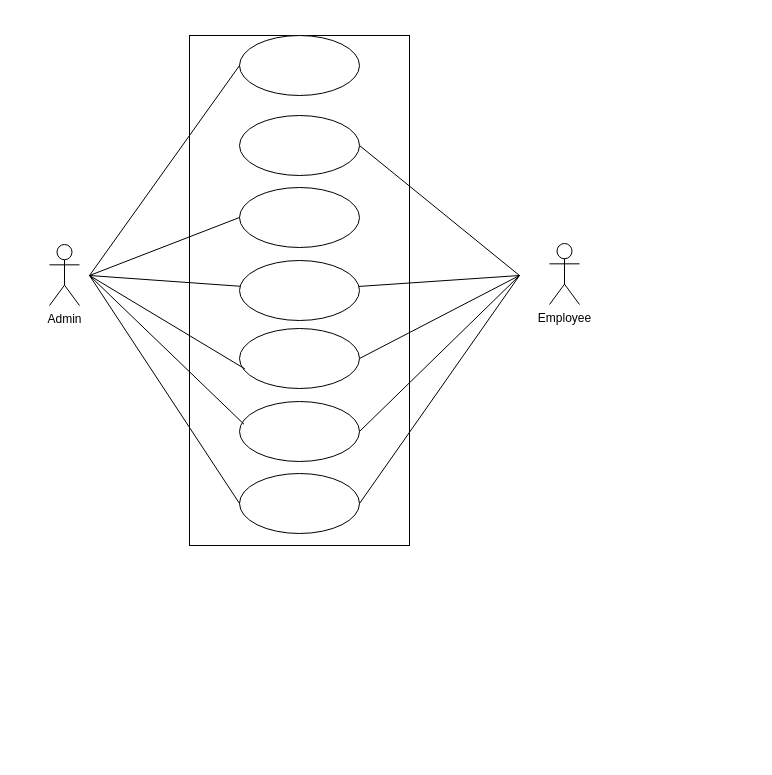
Before: Untitled Diagram.drawio in R0shina/ems, a draw.io diagram. Source tidied: cells renumbered, new cells numbered last; positions are measured from the earlier drawing's top-left corner, leaving out a move shared by most shapes. Both pictures are drawn from the tidied source at 100%, with x=0, y=0 at pixel (49, 35).
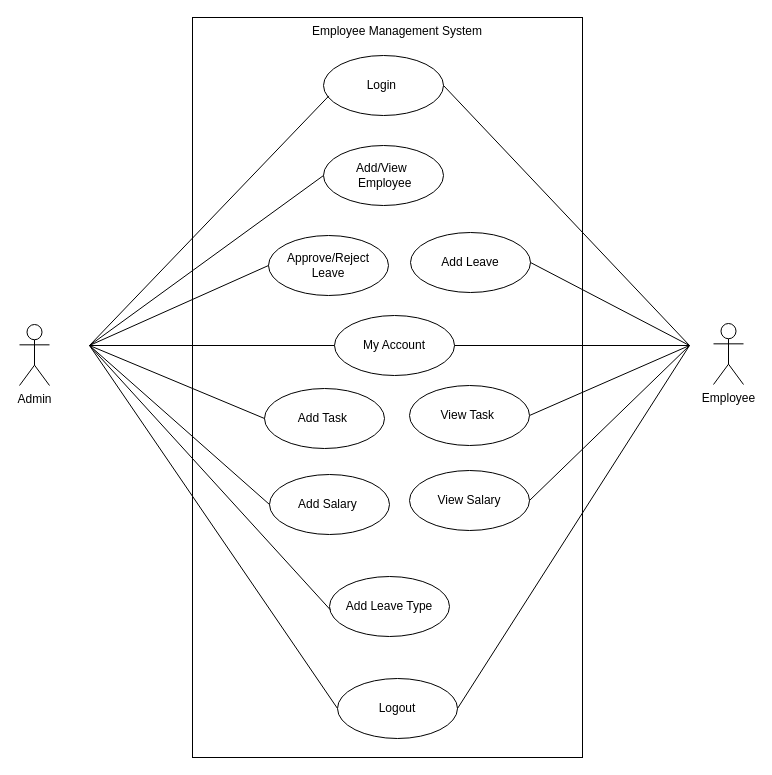
The same diagram, later.

Diff of the diagram source:
```diff
@@
     <mxCell id="2" style="rounded=0;whiteSpace=wrap;html=1;" parent="1" vertex="1">
-      <mxGeometry x="140" width="220" height="510" as="geometry" />
+      <mxGeometry x="143" y="-18" width="390" height="740" as="geometry" />
     </mxCell>
-    <mxCell id="3" style="ellipse;whiteSpace=wrap;html=1;" parent="1" vertex="1">
-      <mxGeometry x="190" width="120" height="60" as="geometry" />
+    <mxCell id="3" value="Add/View&amp;nbsp;&lt;br&gt;&amp;nbsp;Employee" style="ellipse;whiteSpace=wrap;html=1;" parent="1" vertex="1">
+      <mxGeometry x="274" y="110" width="120" height="60" as="geometry" />
     </mxCell>
-    <mxCell id="4" style="ellipse;whiteSpace=wrap;html=1;" parent="1" vertex="1">
-      <mxGeometry x="190" y="80" width="120" height="60" as="geometry" />
+    <mxCell id="4" value="Add Leave" style="ellipse;whiteSpace=wrap;html=1;" parent="1" vertex="1">
+      <mxGeometry x="361" y="197" width="120" height="60" as="geometry" />
     </mxCell>
-    <mxCell id="5" style="ellipse;whiteSpace=wrap;html=1;" parent="1" vertex="1">
-      <mxGeometry x="190" y="152" width="120" height="60" as="geometry" />
+    <mxCell id="5" value="Approve/Reject Leave" style="ellipse;whiteSpace=wrap;html=1;" parent="1" vertex="1">
+      <mxGeometry x="219" y="200" width="120" height="60" as="geometry" />
     </mxCell>
-    <mxCell id="6" style="ellipse;whiteSpace=wrap;html=1;" parent="1" vertex="1">
-      <mxGeometry x="190" y="225" width="120" height="60" as="geometry" />
+    <mxCell id="6" value="My Account" style="ellipse;whiteSpace=wrap;html=1;" parent="1" vertex="1">
+      <mxGeometry x="285" y="280" width="120" height="60" as="geometry" />
     </mxCell>
-    <mxCell id="7" style="ellipse;whiteSpace=wrap;html=1;" parent="1" vertex="1">
-      <mxGeometry x="190" y="293" width="120" height="60" as="geometry" />
+    <mxCell id="7" value="Login&amp;nbsp;" style="ellipse;whiteSpace=wrap;html=1;" parent="1" vertex="1">
+      <mxGeometry x="274" y="20" width="120" height="60" as="geometry" />
     </mxCell>
-    <mxCell id="8" style="ellipse;whiteSpace=wrap;html=1;" parent="1" vertex="1">
-      <mxGeometry x="190" y="366" width="120" height="60" as="geometry" />
+    <mxCell id="8" value="Add Task&amp;nbsp;" style="ellipse;whiteSpace=wrap;html=1;" parent="1" vertex="1">
+      <mxGeometry x="215" y="353" width="120" height="60" as="geometry" />
     </mxCell>
-    <mxCell id="9" style="ellipse;whiteSpace=wrap;html=1;" parent="1" vertex="1">
-      <mxGeometry x="190" y="438" width="120" height="60" as="geometry" />
+    <mxCell id="9" value="Add Salary&amp;nbsp;" style="ellipse;whiteSpace=wrap;html=1;" parent="1" vertex="1">
+      <mxGeometry x="220" y="439" width="120" height="60" as="geometry" />
     </mxCell>
     <mxCell id="10" value="Admin" style="shape=umlActor;verticalLabelPosition=bottom;verticalAlign=top;html=1;" parent="1" vertex="1">
-      <mxGeometry y="209" width="30" height="61" as="geometry" />
+      <mxGeometry x="-30" y="289" width="30" height="61" as="geometry" />
     </mxCell>
     <mxCell id="11" value="Employee" style="shape=umlActor;verticalLabelPosition=bottom;verticalAlign=top;html=1;" parent="1" vertex="1">
-      <mxGeometry x="500" y="208" width="30" height="61" as="geometry" />
+      <mxGeometry x="664" y="288" width="30" height="61" as="geometry" />
     </mxCell>
     <mxCell id="12" style="endArrow=none;html=1;rounded=0;entryX=0;entryY=0.5;entryDx=0;entryDy=0;" parent="1" edge="1" target="3">
       <mxGeometry relative="1" as="geometry">
-        <mxPoint x="40" y="240" as="sourcePoint" />
+        <mxPoint x="40" y="310" as="sourcePoint" />
       </mxGeometry>
     </mxCell>
     <mxCell id="13" style="endArrow=none;html=1;rounded=0;entryX=0;entryY=0.5;entryDx=0;entryDy=0;" parent="1" edge="1" target="5">
       <mxGeometry relative="1" as="geometry">
-        <mxPoint x="40" y="240" as="sourcePoint" />
+        <mxPoint x="40" y="310" as="sourcePoint" />
       </mxGeometry>
     </mxCell>
     <mxCell id="14" style="endArrow=none;html=1;rounded=0;entryX=0;entryY=0.5;entryDx=0;entryDy=0;" parent="1" edge="1" target="9">
       <mxGeometry relative="1" as="geometry">
-        <mxPoint x="40" y="240" as="sourcePoint" />
+        <mxPoint x="40" y="310" as="sourcePoint" />
       </mxGeometry>
     </mxCell>
-    <mxCell id="15" style="endArrow=none;html=1;rounded=0;entryX=0.038;entryY=0.38;entryDx=0;entryDy=0;entryPerimeter=0;" parent="1" edge="1" target="8">
+    <mxCell id="15" style="endArrow=none;html=1;rounded=0;entryX=0;entryY=0.5;entryDx=0;entryDy=0;" parent="1" edge="1" target="8">
       <mxGeometry relative="1" as="geometry">
-        <mxPoint x="40" y="240" as="sourcePoint" />
+        <mxPoint x="40" y="310" as="sourcePoint" />
       </mxGeometry>
     </mxCell>
     <mxCell id="16" style="endArrow=none;html=1;rounded=0;entryX=0.045;entryY=0.673;entryDx=0;entryDy=0;entryPerimeter=0;" parent="1" edge="1" target="7">
       <mxGeometry relative="1" as="geometry">
-        <mxPoint x="40" y="240" as="sourcePoint" />
+        <mxPoint x="40" y="310" as="sourcePoint" />
       </mxGeometry>
     </mxCell>
-    <mxCell id="17" style="endArrow=none;html=1;rounded=0;" parent="1" edge="1" target="6">
+    <mxCell id="17" style="endArrow=none;html=1;rounded=0;entryX=0;entryY=0.5;entryDx=0;entryDy=0;" parent="1" edge="1" target="6">
       <mxGeometry relative="1" as="geometry">
-        <mxPoint x="40" y="240" as="sourcePoint" />
+        <mxPoint x="40" y="310" as="sourcePoint" />
       </mxGeometry>
     </mxCell>
     <mxCell id="18" style="endArrow=none;html=1;rounded=0;exitX=1;exitY=0.5;exitDx=0;exitDy=0;" parent="1" edge="1" source="4">
       <mxGeometry relative="1" as="geometry">
-        <mxPoint x="470" y="240" as="targetPoint" />
+        <mxPoint x="640" y="310" as="targetPoint" />
       </mxGeometry>
     </mxCell>
-    <mxCell id="19" style="endArrow=none;html=1;rounded=0;" parent="1" edge="1" source="6">
+    <mxCell id="19" style="endArrow=none;html=1;rounded=0;exitX=1;exitY=0.5;exitDx=0;exitDy=0;" parent="1" edge="1" source="6">
       <mxGeometry relative="1" as="geometry">
-        <mxPoint x="470" y="240" as="targetPoint" />
+        <mxPoint x="640" y="310" as="targetPoint" />
       </mxGeometry>
     </mxCell>
-    <mxCell id="20" style="endArrow=none;html=1;rounded=0;exitX=1;exitY=0.5;exitDx=0;exitDy=0;" parent="1" edge="1" source="8">
+    <mxCell id="20" style="endArrow=none;html=1;rounded=0;exitX=1;exitY=0.5;exitDx=0;exitDy=0;" parent="1" edge="1" source="23">
       <mxGeometry relative="1" as="geometry">
-        <mxPoint x="470" y="240" as="targetPoint" />
+        <mxPoint x="640" y="310" as="targetPoint" />
       </mxGeometry>
     </mxCell>
     <mxCell id="21" style="endArrow=none;html=1;rounded=0;exitX=1;exitY=0.5;exitDx=0;exitDy=0;" parent="1" edge="1" source="7">
       <mxGeometry relative="1" as="geometry">
-        <mxPoint x="470" y="240" as="targetPoint" />
+        <mxPoint x="640" y="310" as="targetPoint" />
       </mxGeometry>
     </mxCell>
-    <mxCell id="22" style="endArrow=none;html=1;rounded=0;exitX=1;exitY=0.5;exitDx=0;exitDy=0;" parent="1" edge="1" source="9">
-      <mxGeometry relative="1" as="geometry">
-        <mxPoint x="470" y="240" as="targetPoint" />
-      </mxGeometry>
-    </mxCell>
+    <mxCell id="23" value="View Task&amp;nbsp;" style="ellipse;whiteSpace=wrap;html=1;" parent="1" vertex="1">
+      <mxGeometry x="360" y="350" width="120" height="60" as="geometry" />
+    </mxCell>
+    <mxCell id="24" value="View Salary" style="ellipse;whiteSpace=wrap;html=1;" parent="1" vertex="1">
+      <mxGeometry x="360" y="435" width="120" height="60" as="geometry" />
+    </mxCell>
+    <mxCell id="25" style="endArrow=none;html=1;rounded=0;exitX=1;exitY=0.5;exitDx=0;exitDy=0;" parent="1" edge="1" source="24">
+      <mxGeometry relative="1" as="geometry">
+        <mxPoint x="640" y="310" as="targetPoint" />
+      </mxGeometry>
+    </mxCell>
+    <mxCell id="26" value="Add Leave Type" style="ellipse;whiteSpace=wrap;html=1;" parent="1" vertex="1">
+      <mxGeometry x="280" y="541" width="120" height="60" as="geometry" />
+    </mxCell>
+    <mxCell id="27" style="endArrow=none;html=1;rounded=0;entryX=0.007;entryY=0.555;entryDx=0;entryDy=0;entryPerimeter=0;" parent="1" edge="1" target="26">
+      <mxGeometry relative="1" as="geometry">
+        <mxPoint x="40" y="310" as="sourcePoint" />
+      </mxGeometry>
+    </mxCell>
+    <mxCell id="28" style="endArrow=none;html=1;rounded=0;entryX=0;entryY=0.5;entryDx=0;entryDy=0;" parent="1" edge="1" target="29">
+      <mxGeometry relative="1" as="geometry">
+        <mxPoint x="40" y="310" as="sourcePoint" />
+      </mxGeometry>
+    </mxCell>
+    <mxCell id="29" value="Logout" style="ellipse;whiteSpace=wrap;html=1;" parent="1" vertex="1">
+      <mxGeometry x="288" y="643" width="120" height="60" as="geometry" />
+    </mxCell>
+    <mxCell id="30" style="endArrow=none;html=1;rounded=0;exitX=1;exitY=0.5;exitDx=0;exitDy=0;" parent="1" edge="1" source="29">
+      <mxGeometry relative="1" as="geometry">
+        <mxPoint x="640" y="310" as="targetPoint" />
+      </mxGeometry>
+    </mxCell>
+    <mxCell id="31" value="Employee Management System" style="text;html=1;strokeColor=none;fillColor=none;align=center;verticalAlign=middle;whiteSpace=wrap;rounded=0;" parent="1" vertex="1">
+      <mxGeometry x="258" y="-18" width="180" height="28" as="geometry" />
+    </mxCell>
```
